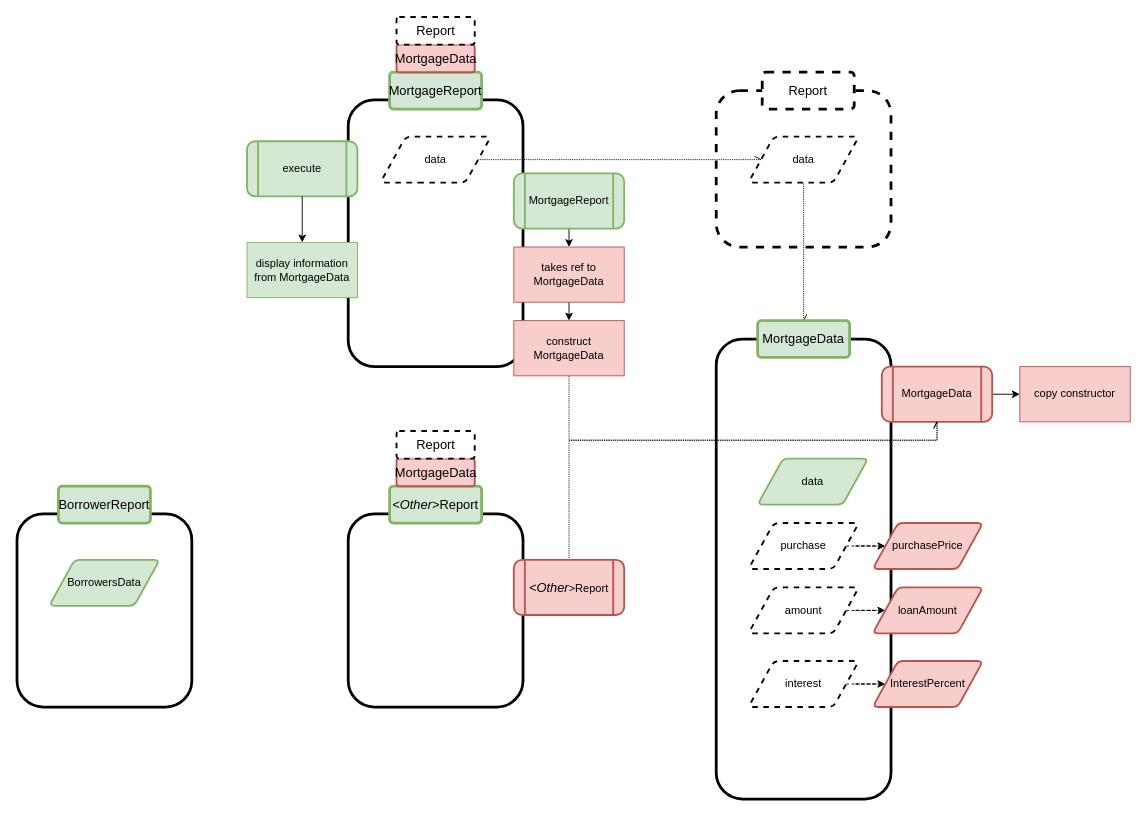
This is DesignDocs/DataReport.drawio from accusard/MortgageCalc, a draw.io file, before an edit. Source tidied: cells renumbered, new cells numbered last; positions are measured from the earlier drawing's top-left corner, leaving out a move shared by most shapes. Both pictures are drawn from the tidied source at 92%, with x=0, y=0 at pixel (17, 17).
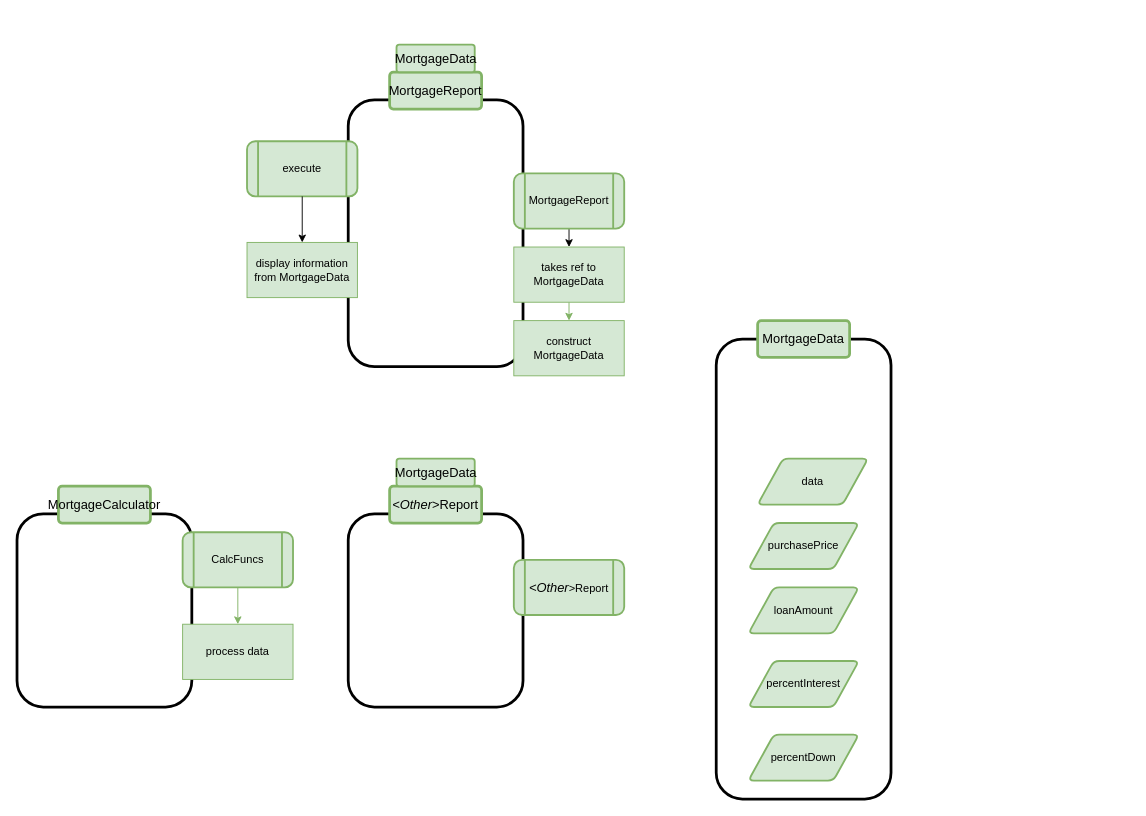
Above is the later version.

Commit message (it also covers changes not shown here):
fix redundant in report class hierarchy and update names for readability

Unchanged cells that the change refers to:
```xml
<mxCell id="16" value="&lt;font style=&quot;font-size: 14px&quot;&gt;MortgageData&lt;/font&gt;" style="rounded=1;arcSize=10;whiteSpace=wrap;html=1;align=center;fillColor=#d5e8d4;strokeColor=#82b366;fontFamily=SF Mono;strokeWidth=3;" parent="1" vertex="1">
  <mxGeometry x="805" y="330" width="100" height="40" as="geometry" />
</mxCell>
```

Diff of the diagram source:
```diff
@@
-    <mxCell id="6" style="rounded=1;whiteSpace=wrap;html=1;fillColor=none;strokeWidth=3;fontFamily=SF Mono;dashed=1;" parent="1" vertex="1">
-      <mxGeometry x="760" y="80" width="190" height="170" as="geometry" />
-    </mxCell>
-    <mxCell id="7" style="edgeStyle=orthogonalEdgeStyle;rounded=0;jettySize=auto;html=1;exitX=0.5;exitY=1;exitDx=0;exitDy=0;entryX=0.5;entryY=0;entryDx=0;entryDy=0;dashed=1;dashPattern=1 1;endArrow=openAsync;endFill=0;" parent="1" edge="1" source="8" target="16">
-      <mxGeometry relative="1" as="geometry" />
-    </mxCell>
-    <mxCell id="8" value="data" style="shape=parallelogram;html=1;strokeWidth=2;perimeter=parallelogramPerimeter;whiteSpace=wrap;rounded=1;arcSize=12;size=0.23;fontFamily=SF Mono;dashed=1;" parent="1" vertex="1">
-      <mxGeometry x="795" y="130" width="120" height="50" as="geometry" />
-    </mxCell>
@@
-    <mxCell id="10" value="&lt;font style=&quot;font-size: 14px&quot;&gt;Report&lt;/font&gt;" style="rounded=1;arcSize=10;whiteSpace=wrap;html=1;align=center;fontFamily=SF Mono;strokeWidth=3;dashed=1;" parent="1" vertex="1">
-      <mxGeometry x="810" y="60" width="100" height="40" as="geometry" />
-    </mxCell>
-    <mxCell id="11" style="edgeStyle=orthogonalEdgeStyle;rounded=0;jettySize=auto;html=1;exitX=1;exitY=0.5;exitDx=0;exitDy=0;entryX=0;entryY=0.5;entryDx=0;entryDy=0;dashed=1;dashPattern=1 1;endArrow=openAsync;endFill=0;" parent="1" edge="1" source="12" target="8">
-      <mxGeometry relative="1" as="geometry" />
-    </mxCell>
-    <mxCell id="12" value="data" style="shape=parallelogram;html=1;strokeWidth=2;perimeter=parallelogramPerimeter;whiteSpace=wrap;rounded=1;arcSize=12;size=0.23;fontFamily=SF Mono;dashed=1;" parent="1" vertex="1">
-      <mxGeometry x="395" y="130" width="120" height="50" as="geometry" />
-    </mxCell>
@@
-    <mxCell id="14" style="edgeStyle=orthogonalEdgeStyle;rounded=0;jettySize=auto;html=1;exitX=1;exitY=0.5;exitDx=0;exitDy=0;entryX=0;entryY=0.5;entryDx=0;entryDy=0;dashed=1;endArrow=classic;endFill=1;" parent="1" edge="1" source="15" target="19">
-      <mxGeometry relative="1" as="geometry" />
-    </mxCell>
-    <mxCell id="15" value="purchase" style="shape=parallelogram;html=1;strokeWidth=2;perimeter=parallelogramPerimeter;whiteSpace=wrap;rounded=1;arcSize=12;size=0.23;fontFamily=SF Mono;dashed=1;" parent="1" vertex="1">
-      <mxGeometry x="795" y="550" width="120" height="50" as="geometry" />
-    </mxCell>
@@
-    <mxCell id="17" style="edgeStyle=orthogonalEdgeStyle;rounded=0;jettySize=auto;html=1;exitX=1;exitY=0.5;exitDx=0;exitDy=0;entryX=0;entryY=0.5;entryDx=0;entryDy=0;dashed=1;endArrow=classic;endFill=1;" parent="1" edge="1" source="18" target="20">
-      <mxGeometry relative="1" as="geometry" />
-    </mxCell>
-    <mxCell id="18" value="amount" style="shape=parallelogram;html=1;strokeWidth=2;perimeter=parallelogramPerimeter;whiteSpace=wrap;rounded=1;arcSize=12;size=0.23;fontFamily=SF Mono;dashed=1;" parent="1" vertex="1">
-      <mxGeometry x="795" y="620" width="120" height="50" as="geometry" />
-    </mxCell>
-    <mxCell id="19" value="purchasePrice" style="shape=parallelogram;html=1;strokeWidth=2;perimeter=parallelogramPerimeter;whiteSpace=wrap;rounded=1;arcSize=12;size=0.23;fontFamily=SF Mono;fillColor=#f8cecc;strokeColor=#b85450;" parent="1" vertex="1">
-      <mxGeometry x="930" y="550" width="120" height="50" as="geometry" />
+    <mxCell id="19" value="purchasePrice" style="shape=parallelogram;html=1;strokeWidth=2;perimeter=parallelogramPerimeter;whiteSpace=wrap;rounded=1;arcSize=12;size=0.23;fontFamily=SF Mono;fillColor=#d5e8d4;strokeColor=#82b366;" parent="1" vertex="1">
+      <mxGeometry x="795" y="550" width="120" height="50" as="geometry" />
     </mxCell>
-    <mxCell id="20" value="loanAmount" style="shape=parallelogram;html=1;strokeWidth=2;perimeter=parallelogramPerimeter;whiteSpace=wrap;rounded=1;arcSize=12;size=0.23;fontFamily=SF Mono;fillColor=#f8cecc;strokeColor=#b85450;" parent="1" vertex="1">
-      <mxGeometry x="930" y="620" width="120" height="50" as="geometry" />
+    <mxCell id="20" value="loanAmount" style="shape=parallelogram;html=1;strokeWidth=2;perimeter=parallelogramPerimeter;whiteSpace=wrap;rounded=1;arcSize=12;size=0.23;fontFamily=SF Mono;fillColor=#d5e8d4;strokeColor=#82b366;" parent="1" vertex="1">
+      <mxGeometry x="795" y="620" width="120" height="50" as="geometry" />
     </mxCell>
-    <mxCell id="21" style="edgeStyle=orthogonalEdgeStyle;rounded=0;jettySize=auto;html=1;exitX=1;exitY=0.5;exitDx=0;exitDy=0;entryX=0;entryY=0.5;entryDx=0;entryDy=0;endArrow=classic;endFill=1;" parent="1" edge="1" source="22" target="23">
-      <mxGeometry relative="1" as="geometry" />
+    <mxCell id="21" style="edgeStyle=orthogonalEdgeStyle;rounded=0;orthogonalLoop=1;jettySize=auto;html=1;exitX=1;exitY=0.5;exitDx=0;exitDy=0;entryX=0;entryY=0.5;entryDx=0;entryDy=0;endArrow=classic;endFill=1;" parent="1" edge="1">
+      <mxGeometry relative="1" as="geometry">
+        <mxPoint x="1060" y="410" as="sourcePoint" />
+      </mxGeometry>
     </mxCell>
-    <mxCell id="22" value="MortgageData" style="shape=process;whiteSpace=wrap;html=1;backgroundOutline=1;fillColor=#f8cecc;strokeColor=#b85450;rounded=1;fontFamily=SF Mono;strokeWidth=2;" parent="1" vertex="1">
-      <mxGeometry x="940" y="380" width="120" height="60" as="geometry" />
-    </mxCell>
-    <mxCell id="23" value="copy constructor" style="rounded=0;whiteSpace=wrap;html=1;fillColor=#f8cecc;strokeColor=#b85450;fontFamily=SF Mono;" parent="1" vertex="1">
-      <mxGeometry x="1090" y="380" width="120" height="60" as="geometry" />
-    </mxCell>
-    <mxCell id="24" value="&lt;font style=&quot;font-size: 14px&quot;&gt;MortgageData&lt;/font&gt;" style="rounded=1;arcSize=10;whiteSpace=wrap;html=1;align=center;fillColor=#f8cecc;strokeColor=#b85450;fontFamily=SF Mono;strokeWidth=2;shadow=0;glass=0;sketch=0;perimeterSpacing=0;" parent="1" vertex="1">
+    <mxCell id="24" value="&lt;font style=&quot;font-size: 14px&quot;&gt;MortgageData&lt;/font&gt;" style="rounded=1;arcSize=10;whiteSpace=wrap;html=1;align=center;fillColor=#d5e8d4;strokeColor=#82b366;fontFamily=SF Mono;strokeWidth=2;shadow=0;glass=0;sketch=0;perimeterSpacing=0;" parent="1" vertex="1">
       <mxGeometry x="412.5" y="30" width="85" height="30" as="geometry" />
     </mxCell>
@@
-    <mxCell id="28" style="edgeStyle=orthogonalEdgeStyle;rounded=0;jettySize=auto;html=1;exitX=0.5;exitY=1;exitDx=0;exitDy=0;entryX=0.5;entryY=1;entryDx=0;entryDy=0;dashed=1;dashPattern=1 1;endArrow=openAsync;endFill=0;" parent="1" edge="1" source="29" target="22">
-      <mxGeometry relative="1" as="geometry" />
-    </mxCell>
-    <mxCell id="29" value="construct MortgageData" style="rounded=0;whiteSpace=wrap;html=1;fillColor=#f8cecc;strokeColor=#b85450;fontFamily=SF Mono;" parent="1" vertex="1">
+    <mxCell id="29" value="construct MortgageData" style="rounded=0;whiteSpace=wrap;html=1;fillColor=#d5e8d4;strokeColor=#82b366;fontFamily=SF Mono;" parent="1" vertex="1">
       <mxGeometry x="540" y="330" width="120" height="60" as="geometry" />
     </mxCell>
-    <mxCell id="30" style="edgeStyle=orthogonalEdgeStyle;rounded=0;jettySize=auto;html=1;exitX=0.5;exitY=1;exitDx=0;exitDy=0;entryX=0.5;entryY=0;entryDx=0;entryDy=0;" parent="1" edge="1" source="31" target="29">
+    <mxCell id="30" style="edgeStyle=orthogonalEdgeStyle;rounded=0;jettySize=auto;html=1;exitX=0.5;exitY=1;exitDx=0;exitDy=0;entryX=0.5;entryY=0;entryDx=0;entryDy=0;fillColor=#d5e8d4;strokeColor=#82b366;" parent="1" edge="1" source="31" target="29">
       <mxGeometry relative="1" as="geometry" />
     </mxCell>
-    <mxCell id="31" value="takes ref to MortgageData" style="rounded=0;whiteSpace=wrap;html=1;fillColor=#f8cecc;strokeColor=#b85450;fontFamily=SF Mono;" parent="1" vertex="1">
+    <mxCell id="31" value="takes ref to MortgageData" style="rounded=0;whiteSpace=wrap;html=1;fillColor=#d5e8d4;strokeColor=#82b366;fontFamily=SF Mono;" parent="1" vertex="1">
       <mxGeometry x="540" y="250" width="120" height="60" as="geometry" />
     </mxCell>
-    <mxCell id="32" style="edgeStyle=orthogonalEdgeStyle;rounded=0;jettySize=auto;html=1;exitX=0.5;exitY=0;exitDx=0;exitDy=0;entryX=0.5;entryY=1;entryDx=0;entryDy=0;dashed=1;dashPattern=1 1;fontSize=12;endArrow=openAsync;endFill=0;" parent="1" edge="1" source="40" target="22">
-      <mxGeometry relative="1" as="geometry">
-        <Array as="points">
-          <mxPoint x="600" y="460" />
-          <mxPoint x="1000" y="460" />
-        </Array>
-      </mxGeometry>
-    </mxCell>
-    <mxCell id="33" value="&lt;font style=&quot;font-size: 14px&quot;&gt;Report&lt;/font&gt;" style="rounded=1;arcSize=10;whiteSpace=wrap;html=1;align=center;fontFamily=SF Mono;strokeWidth=2;shadow=0;glass=0;sketch=0;perimeterSpacing=0;dashed=1;" parent="1" vertex="1">
-      <mxGeometry x="412.5" width="85" height="30" as="geometry" />
-    </mxCell>
@@
-    <mxCell id="35" value="&lt;font style=&quot;font-size: 14px&quot;&gt;BorrowerReport&lt;/font&gt;" style="rounded=1;arcSize=10;whiteSpace=wrap;html=1;align=center;fillColor=#d5e8d4;strokeColor=#82b366;fontFamily=SF Mono;strokeWidth=3;" parent="1" vertex="1">
+    <mxCell id="35" value="&lt;font style=&quot;font-size: 14px&quot;&gt;MortgageCalculator&lt;/font&gt;" style="rounded=1;arcSize=10;whiteSpace=wrap;html=1;align=center;fillColor=#d5e8d4;strokeColor=#82b366;fontFamily=SF Mono;strokeWidth=3;" parent="1" vertex="1">
       <mxGeometry x="45" y="510" width="100" height="40" as="geometry" />
     </mxCell>
-    <mxCell id="36" value="BorrowersData" style="shape=parallelogram;html=1;strokeWidth=2;perimeter=parallelogramPerimeter;whiteSpace=wrap;rounded=1;arcSize=12;size=0.23;fontFamily=SF Mono;fillColor=#d5e8d4;strokeColor=#82b366;" parent="1" vertex="1">
-      <mxGeometry x="35" y="590" width="120" height="50" as="geometry" />
-    </mxCell>
@@
-    <mxCell id="39" value="&lt;font style=&quot;font-size: 14px&quot;&gt;MortgageData&lt;/font&gt;" style="rounded=1;arcSize=10;whiteSpace=wrap;html=1;align=center;fillColor=#f8cecc;strokeColor=#b85450;fontFamily=SF Mono;strokeWidth=2;shadow=0;glass=0;sketch=0;perimeterSpacing=0;" parent="1" vertex="1">
+    <mxCell id="39" value="&lt;font style=&quot;font-size: 14px&quot;&gt;MortgageData&lt;/font&gt;" style="rounded=1;arcSize=10;whiteSpace=wrap;html=1;align=center;fillColor=#d5e8d4;strokeColor=#82b366;fontFamily=SF Mono;strokeWidth=2;shadow=0;glass=0;sketch=0;perimeterSpacing=0;" parent="1" vertex="1">
       <mxGeometry x="412.5" y="480" width="85" height="30" as="geometry" />
     </mxCell>
-    <mxCell id="40" value="&lt;i style=&quot;font-size: 14px&quot;&gt;&amp;lt;Other&lt;/i&gt;&lt;span&gt;&amp;gt;Report&lt;/span&gt;" style="shape=process;whiteSpace=wrap;html=1;backgroundOutline=1;fillColor=#f8cecc;strokeColor=#b85450;rounded=1;fontFamily=SF Mono;strokeWidth=2;" parent="1" vertex="1">
+    <mxCell id="40" value="&lt;i style=&quot;font-size: 14px&quot;&gt;&amp;lt;Other&lt;/i&gt;&lt;span&gt;&amp;gt;Report&lt;/span&gt;" style="shape=process;whiteSpace=wrap;html=1;backgroundOutline=1;fillColor=#d5e8d4;strokeColor=#82b366;rounded=1;fontFamily=SF Mono;strokeWidth=2;" parent="1" vertex="1">
       <mxGeometry x="540" y="590" width="120" height="60" as="geometry" />
     </mxCell>
-    <mxCell id="41" value="&lt;font style=&quot;font-size: 14px&quot;&gt;Report&lt;/font&gt;" style="rounded=1;arcSize=10;whiteSpace=wrap;html=1;align=center;fontFamily=SF Mono;strokeWidth=2;shadow=0;glass=0;sketch=0;perimeterSpacing=0;dashed=1;" parent="1" vertex="1">
-      <mxGeometry x="412.5" y="450" width="85" height="30" as="geometry" />
-    </mxCell>
-    <mxCell id="42" style="edgeStyle=orthogonalEdgeStyle;rounded=0;jettySize=auto;html=1;exitX=1;exitY=0.5;exitDx=0;exitDy=0;entryX=0;entryY=0.5;entryDx=0;entryDy=0;dashed=1;endArrow=classic;endFill=1;" parent="1" edge="1" source="43" target="44">
-      <mxGeometry relative="1" as="geometry" />
-    </mxCell>
-    <mxCell id="43" value="interest" style="shape=parallelogram;html=1;strokeWidth=2;perimeter=parallelogramPerimeter;whiteSpace=wrap;rounded=1;arcSize=12;size=0.23;fontFamily=SF Mono;dashed=1;" parent="1" vertex="1">
-      <mxGeometry x="795" y="700" width="120" height="50" as="geometry" />
-    </mxCell>
-    <mxCell id="44" value="InterestPercent" style="shape=parallelogram;html=1;strokeWidth=2;perimeter=parallelogramPerimeter;whiteSpace=wrap;rounded=1;arcSize=12;size=0.23;fontFamily=SF Mono;fillColor=#f8cecc;strokeColor=#b85450;" parent="1" vertex="1">
-      <mxGeometry x="930" y="700" width="120" height="50" as="geometry" />
+    <mxCell id="44" value="percentInterest" style="shape=parallelogram;html=1;strokeWidth=2;perimeter=parallelogramPerimeter;whiteSpace=wrap;rounded=1;arcSize=12;size=0.23;fontFamily=SF Mono;fillColor=#d5e8d4;strokeColor=#82b366;" parent="1" vertex="1">
+      <mxGeometry x="795" y="700" width="120" height="50" as="geometry" />
     </mxCell>
+    <mxCell id="45" value="percentDown" style="shape=parallelogram;html=1;strokeWidth=2;perimeter=parallelogramPerimeter;whiteSpace=wrap;rounded=1;arcSize=12;size=0.23;fontFamily=SF Mono;fillColor=#d5e8d4;strokeColor=#82b366;" parent="1" vertex="1">
+      <mxGeometry x="795" y="780" width="120" height="50" as="geometry" />
+    </mxCell>
+    <mxCell id="46" style="edgeStyle=orthogonalEdgeStyle;rounded=0;jettySize=auto;html=1;exitX=0.5;exitY=1;exitDx=0;exitDy=0;entryX=0.5;entryY=0;entryDx=0;entryDy=0;fontSize=12;endArrow=classic;endFill=1;fillColor=#d5e8d4;strokeColor=#82b366;" parent="1" edge="1" source="47" target="48">
+      <mxGeometry relative="1" as="geometry" />
+    </mxCell>
+    <mxCell id="47" value="CalcFuncs" style="shape=process;whiteSpace=wrap;html=1;backgroundOutline=1;rounded=1;fontFamily=SF Mono;strokeWidth=2;fillColor=#d5e8d4;strokeColor=#82b366;" parent="1" vertex="1">
+      <mxGeometry x="180" y="560" width="120" height="60" as="geometry" />
+    </mxCell>
+    <mxCell id="48" value="process data" style="rounded=0;whiteSpace=wrap;html=1;fillColor=#d5e8d4;strokeColor=#82b366;fontFamily=SF Mono;" parent="1" vertex="1">
+      <mxGeometry x="180" y="660" width="120" height="60" as="geometry" />
+    </mxCell>
```
